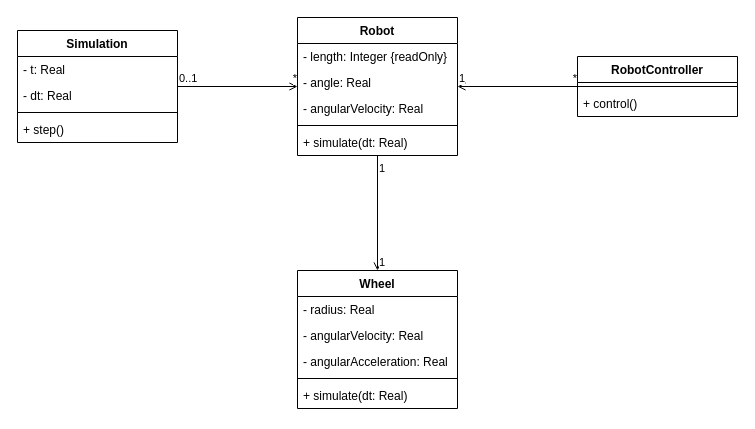
Above: Diagrams/Class Diagram.drawio in highestPACE/balance-avoidance-simulator (draw.io), before the change. Source tidied: cells renumbered, new cells numbered last; positions are measured from the earlier drawing's top-left corner, leaving out a move shared by most shapes. Both pictures are drawn from the tidied source at 100%, with x=0, y=0 at pixel (17, 17).
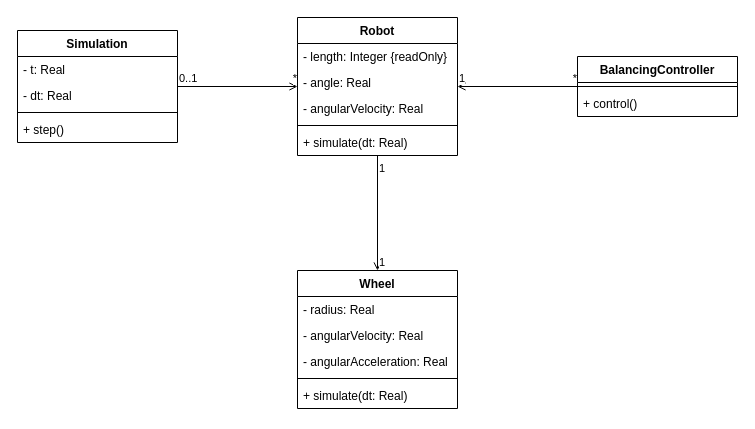
After the change.

Commit message (it also covers changes not shown here):
renamed RobotController to BalancingController

Change to the diagram source:
```diff
@@
-    <mxCell id="25" value="RobotController" style="swimlane;fontStyle=1;align=center;verticalAlign=top;horizontal=1;startSize=26;whiteSpace=wrap;html=1;" parent="1" vertex="1">
+    <mxCell id="25" value="BalancingController" style="swimlane;fontStyle=1;align=center;verticalAlign=top;horizontal=1;startSize=26;whiteSpace=wrap;html=1;" parent="1" vertex="1">
       <mxGeometry x="560" y="39" width="160" height="60" as="geometry" />
     </mxCell>
```
